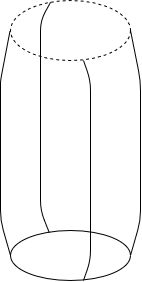
The draw.io diagram Diagram bez tytułu.png in adamski83/sklep, before a commit. Source tidied: cells renumbered, new cells last; positions are measured from the earlier drawing's top-left corner, leaving out a move shared by most shapes.
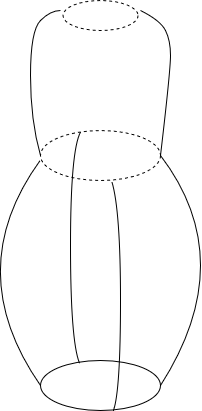
After the commit.

Diff of the diagram source:
```diff
@@ -2,46 +2,39 @@
   <root>
     <mxCell id="0" />
     <mxCell id="1" parent="0" />
-    <mxCell id="2" style="ellipse;whiteSpace=wrap;html=1;shadow=0;strokeColor=#000000;fillColor=none;dashed=1;" parent="1" vertex="1">
-      <mxGeometry x="10" width="120" height="60" as="geometry" />
+    <mxCell id="2" style="ellipse;whiteSpace=wrap;html=1;shadow=0;strokeColor=#000000;fillColor=none;dashed=1;rounded=1;" parent="1" vertex="1">
+      <mxGeometry x="10" width="120" height="50" as="geometry" />
     </mxCell>
-    <mxCell id="3" style="ellipse;whiteSpace=wrap;html=1;shadow=0;strokeColor=#000000;fillColor=none;" parent="1" vertex="1">
+    <mxCell id="3" style="ellipse;whiteSpace=wrap;html=1;shadow=0;strokeColor=#000000;fillColor=none;rounded=1;" parent="1" vertex="1">
       <mxGeometry x="10" y="230" width="120" height="50" as="geometry" />
     </mxCell>
-    <mxCell id="4" style="edgeStyle=orthogonalEdgeStyle;rounded=0;orthogonalLoop=1;jettySize=auto;html=1;exitX=0.5;exitY=1;exitDx=0;exitDy=0;" parent="1" edge="1" source="2" target="2">
+    <mxCell id="4" style="edgeStyle=orthogonalEdgeStyle;orthogonalLoop=1;jettySize=auto;html=1;exitX=0.5;exitY=1;exitDx=0;exitDy=0;" parent="1" edge="1" source="2" target="2">
       <mxGeometry relative="1" as="geometry" />
     </mxCell>
-    <mxCell id="5" style="endArrow=none;html=1;exitX=1;exitY=0.5;exitDx=0;exitDy=0;entryX=1;entryY=0.5;entryDx=0;entryDy=0;" parent="1" edge="1" source="3" target="2">
+    <mxCell id="5" style="endArrow=none;html=1;exitX=1;exitY=0.5;exitDx=0;exitDy=0;entryX=1;entryY=0.5;entryDx=0;entryDy=0;curved=1;sketch=0;" parent="1" edge="1" source="3" target="2">
       <mxGeometry relative="1" as="geometry">
         <Array as="points">
-          <mxPoint x="140" y="220" />
-          <mxPoint x="140" y="190" />
-          <mxPoint x="140" y="120" />
-          <mxPoint x="140" y="80" />
+          <mxPoint x="210" y="130" />
         </Array>
       </mxGeometry>
     </mxCell>
-    <mxCell id="6" style="endArrow=none;html=1;exitX=0;exitY=0.5;exitDx=0;exitDy=0;" parent="1" edge="1" source="3">
+    <mxCell id="6" style="endArrow=none;html=1;exitX=0;exitY=0.5;exitDx=0;exitDy=0;curved=1;" parent="1" edge="1" source="3">
       <mxGeometry relative="1" as="geometry">
         <mxPoint x="9.6" y="30" as="targetPoint" />
         <Array as="points">
-          <mxPoint y="220" />
-          <mxPoint y="140" />
-          <mxPoint y="90" />
-          <mxPoint y="80" />
+          <mxPoint x="-70" y="140" />
         </Array>
       </mxGeometry>
     </mxCell>
-    <mxCell id="7" style="endArrow=none;html=1;exitX=0.608;exitY=1;exitDx=0;exitDy=0;exitPerimeter=0;" parent="1" edge="1" source="3">
+    <mxCell id="7" style="endArrow=none;html=1;exitX=0.608;exitY=1;exitDx=0;exitDy=0;exitPerimeter=0;curved=1;entryX=0.595;entryY=1.026;entryDx=0;entryDy=0;entryPerimeter=0;" parent="1" edge="1" source="3" target="2">
       <mxGeometry relative="1" as="geometry">
-        <mxPoint x="83" y="60" as="targetPoint" />
         <Array as="points">
           <mxPoint x="90" y="260" />
           <mxPoint x="90" y="80" />
         </Array>
       </mxGeometry>
     </mxCell>
-    <mxCell id="8" style="endArrow=none;html=1;exitX=0.324;exitY=0.047;exitDx=0;exitDy=0;exitPerimeter=0;entryX=0.334;entryY=0.029;entryDx=0;entryDy=0;entryPerimeter=0;" parent="1" edge="1" source="3" target="2">
+    <mxCell id="8" style="endArrow=none;html=1;exitX=0.324;exitY=0.047;exitDx=0;exitDy=0;exitPerimeter=0;entryX=0.334;entryY=0.029;entryDx=0;entryDy=0;entryPerimeter=0;curved=1;" parent="1" edge="1" source="3" target="2">
       <mxGeometry relative="1" as="geometry">
         <Array as="points">
           <mxPoint x="40" y="210" />
@@ -49,5 +42,30 @@
         </Array>
       </mxGeometry>
     </mxCell>
+    <mxCell id="9" style="endArrow=none;html=1;exitX=0;exitY=0.5;exitDx=0;exitDy=0;curved=1;" parent="1" edge="1">
+      <mxGeometry relative="1" as="geometry">
+        <mxPoint x="10" y="25" as="sourcePoint" />
+        <mxPoint x="30" y="-120" as="targetPoint" />
+        <Array as="points">
+          <mxPoint y="-10" />
+          <mxPoint y="-100" />
+          <mxPoint x="20" y="-120" />
+        </Array>
+      </mxGeometry>
+    </mxCell>
+    <mxCell id="10" style="endArrow=none;html=1;exitX=0;exitY=0.5;exitDx=0;exitDy=0;curved=1;" parent="1" edge="1">
+      <mxGeometry relative="1" as="geometry">
+        <mxPoint x="130" y="25" as="sourcePoint" />
+        <mxPoint x="110" y="-120" as="targetPoint" />
+        <Array as="points">
+          <mxPoint x="140" y="-60" />
+          <mxPoint x="140" y="-90" />
+          <mxPoint x="130" y="-110" />
+        </Array>
+      </mxGeometry>
+    </mxCell>
+    <mxCell id="11" style="ellipse;whiteSpace=wrap;html=1;rounded=1;shadow=0;strokeColor=#000000;fillColor=none;dashed=1;" parent="1" vertex="1">
+      <mxGeometry x="32.5" y="-130" width="75" height="30" as="geometry" />
+    </mxCell>
   </root>
 </mxGraphModel>
```
